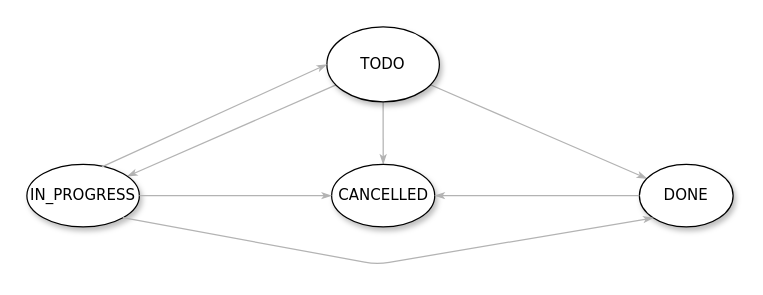
This is _docs/state.drawio from antoinecarton/hexagonal-kotlin, a draw.io file, before an edit. Source tidied: cells renumbered, new cells numbered last; positions are measured from the earlier drawing's top-left corner, leaving out a move shared by most shapes. Both pictures are drawn from the tidied source at 125%, with x=0, y=0 at pixel (26, 26).
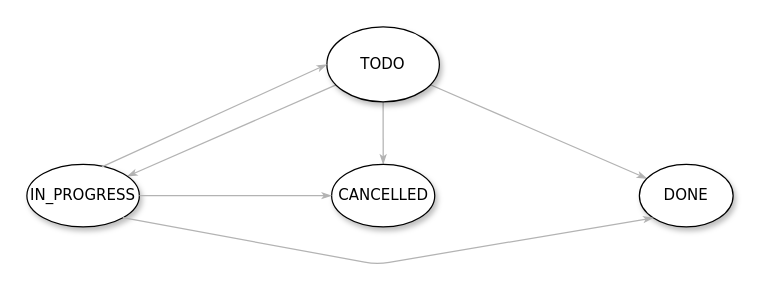
Above is the later version.

Commit message (it also covers changes not shown here):
:bug: Fix state diagram

Diff of the diagram source:
```diff
@@
 <mxGraphModel background="#ffffff">
   <root>
     <mxCell id="0" />
     <mxCell id="1" parent="0" />
     <mxCell id="2" style="edgeStyle=none;rounded=1;html=1;labelBackgroundColor=none;startArrow=none;startFill=0;startSize=5;endArrow=classicThin;endFill=1;endSize=5;jettySize=auto;strokeColor=#B3B3B3;strokeWidth=1;fontFamily=Verdana;fontSize=12;" parent="1" edge="1" source="5" target="6">
       <mxGeometry relative="1" as="geometry" />
     </mxCell>
     <mxCell id="3" style="edgeStyle=none;rounded=1;html=1;labelBackgroundColor=none;startArrow=none;startFill=0;startSize=5;endArrow=classicThin;endFill=1;endSize=5;jettySize=auto;strokeColor=#B3B3B3;strokeWidth=1;fontFamily=Verdana;fontSize=12;" parent="1" edge="1" source="5" target="8">
       <mxGeometry relative="1" as="geometry" />
     </mxCell>
     <mxCell id="4" style="edgeStyle=none;rounded=1;html=1;labelBackgroundColor=none;startArrow=none;startFill=0;startSize=5;endArrow=classicThin;endFill=1;endSize=5;jettySize=auto;strokeColor=#B3B3B3;strokeWidth=1;fontFamily=Verdana;fontSize=12;" parent="1" edge="1" source="5" target="7">
       <mxGeometry relative="1" as="geometry" />
     </mxCell>
     <mxCell id="5" value="TODO" style="ellipse;whiteSpace=wrap;html=1;rounded=0;shadow=1;comic=0;labelBackgroundColor=none;strokeWidth=1;fontFamily=Verdana;fontSize=12;align=center;" parent="1" vertex="1">
       <mxGeometry x="240" width="90" height="60" as="geometry" />
     </mxCell>
     <mxCell id="6" value="CANCELLED" style="ellipse;whiteSpace=wrap;html=1;rounded=0;shadow=1;comic=0;labelBackgroundColor=none;strokeWidth=1;fontFamily=Verdana;fontSize=12;align=center;" parent="1" vertex="1">
       <mxGeometry x="243.8" y="110" width="82.5" height="50" as="geometry" />
     </mxCell>
     <mxCell id="7" value="DONE" style="ellipse;whiteSpace=wrap;html=1;rounded=0;shadow=1;comic=0;labelBackgroundColor=none;strokeWidth=1;fontFamily=Verdana;fontSize=12;align=center;" parent="1" vertex="1">
       <mxGeometry x="490" y="110" width="75" height="50" as="geometry" />
     </mxCell>
     <mxCell id="8" value="IN_PROGRESS" style="ellipse;whiteSpace=wrap;html=1;rounded=0;shadow=1;comic=0;labelBackgroundColor=none;strokeWidth=1;fontFamily=Verdana;fontSize=12;align=center;" parent="1" vertex="1">
       <mxGeometry y="110" width="90" height="50" as="geometry" />
     </mxCell>
     <mxCell id="9" style="edgeStyle=none;rounded=1;html=1;labelBackgroundColor=none;startArrow=none;startFill=0;startSize=5;endArrow=classicThin;endFill=1;endSize=5;jettySize=auto;strokeColor=#B3B3B3;strokeWidth=1;fontFamily=Verdana;fontSize=12;entryX=0;entryY=0.5;entryDx=0;entryDy=0;" parent="1" edge="1" source="8" target="6">
       <mxGeometry relative="1" as="geometry" />
     </mxCell>
-    <mxCell id="10" style="edgeStyle=none;rounded=1;html=1;labelBackgroundColor=none;startArrow=none;startFill=0;startSize=5;endArrow=classicThin;endFill=1;endSize=5;jettySize=auto;strokeColor=#B3B3B3;strokeWidth=1;fontFamily=Verdana;fontSize=12;entryX=1;entryY=0.5;entryDx=0;entryDy=0;" parent="1" edge="1" source="7" target="6">
-      <mxGeometry relative="1" as="geometry" />
-    </mxCell>
     <mxCell id="11" style="edgeStyle=none;rounded=1;html=1;labelBackgroundColor=none;startArrow=none;startFill=0;startSize=5;endArrow=classicThin;endFill=1;endSize=5;jettySize=auto;strokeColor=#B3B3B3;strokeWidth=1;fontFamily=Verdana;fontSize=12;entryX=0;entryY=0.5;entryDx=0;entryDy=0;" parent="1" edge="1" target="5">
       <mxGeometry relative="1" as="geometry">
         <mxPoint x="60" y="112" as="sourcePoint" />
       </mxGeometry>
     </mxCell>
     <mxCell id="12" style="edgeStyle=none;rounded=1;html=1;labelBackgroundColor=none;startArrow=none;startFill=0;startSize=5;endArrow=classicThin;endFill=1;endSize=5;jettySize=auto;strokeColor=#B3B3B3;strokeWidth=1;fontFamily=Verdana;fontSize=12;entryX=0;entryY=1;entryDx=0;entryDy=0;exitX=1;exitY=1;exitDx=0;exitDy=0;" parent="1" edge="1" source="8" target="7">
       <mxGeometry relative="1" as="geometry">
         <Array as="points">
           <mxPoint x="280" y="190" />
         </Array>
       </mxGeometry>
     </mxCell>
   </root>
 </mxGraphModel>
```
